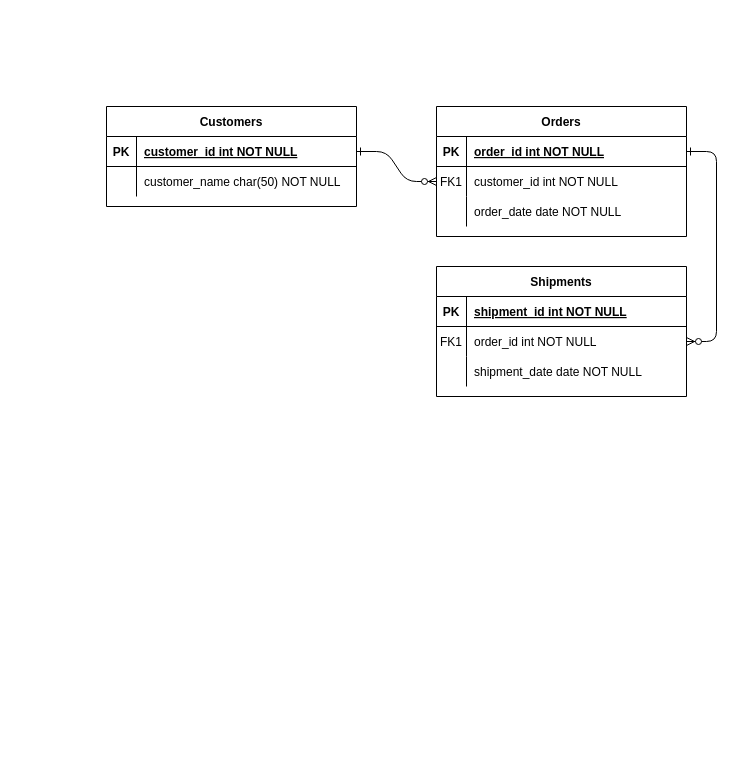
The draw.io diagram Untitled Diagram.drawio in janiceyap/mod3-project-bakes, before the edit. Source tidied: cells renumbered, new cells numbered last; positions are measured from the earlier drawing's top-left corner, leaving out a move shared by most shapes. Both pictures are drawn from the tidied source at 100%, with x=0, y=0 at pixel (106, 106).
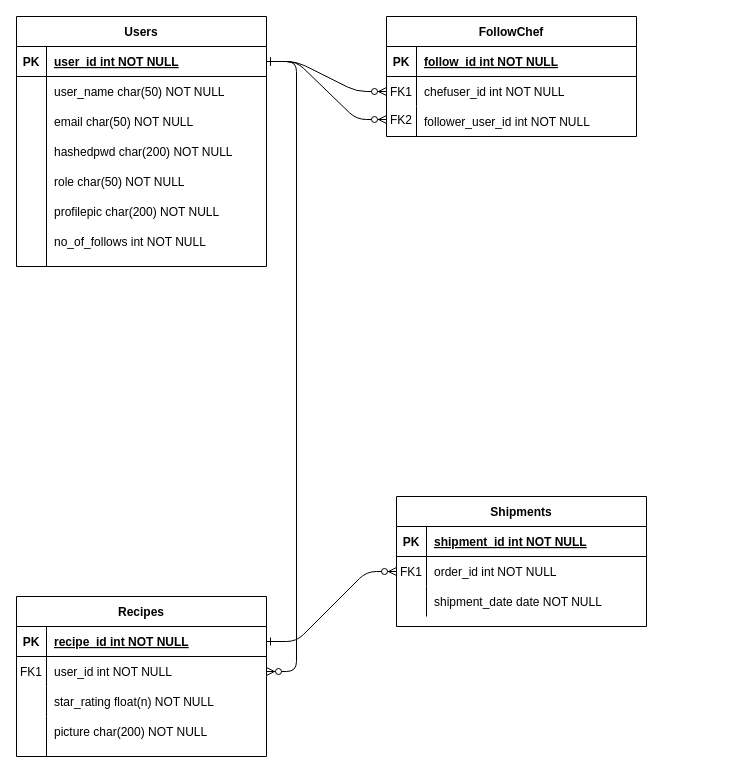
After the change.

The change refers to these unchanged cells:
```xml
<mxCell id="5" style="shape=partialRectangle;fillColor=none;points=[[0,0.5],[1,0.5]];portConstraint=eastwest;top=0;left=0;right=0;bottom=1;" parent="4" vertex="1">
  <mxGeometry y="30" width="250" height="30" as="geometry" />
</mxCell>
<mxCell id="8" style="shape=partialRectangle;fillColor=none;points=[[0,0.5],[1,0.5]];portConstraint=eastwest;top=0;left=0;right=0;bottom=0;" parent="4" vertex="1">
  <mxGeometry y="60" width="250" height="30" as="geometry" />
</mxCell>
<mxCell id="11" style="shape=partialRectangle;fillColor=none;top=0;left=0;right=0;bottom=0;" parent="4" vertex="1">
  <mxGeometry y="90" width="250" height="30" as="geometry" />
</mxCell>
<mxCell id="25" style="shape=partialRectangle;fillColor=none;points=[[0,0.5],[1,0.5]];portConstraint=eastwest;top=0;left=0;right=0;bottom=1;" parent="24" vertex="1">
  <mxGeometry y="30" width="250" height="30" as="geometry" />
</mxCell>
<mxCell id="28" style="shape=partialRectangle;fillColor=none;top=0;left=0;right=0;bottom=0;" parent="24" vertex="1">
  <mxGeometry y="60" width="250" height="30" as="geometry" />
</mxCell>
```

The edit, as a diff of the source:
```diff
@@
-    <mxCell id="4" value="Orders" style="shape=table;startSize=30;childLayout=tableLayout;rowLines=0;fontStyle=1;align=center;" parent="1" vertex="1">
-      <mxGeometry x="330" width="250" height="130" as="geometry" />
+    <mxCell id="4" value="Recipes" style="shape=table;startSize=30;childLayout=tableLayout;rowLines=0;fontStyle=1;align=center;" parent="1" vertex="1">
+      <mxGeometry x="-90" y="490" width="250" height="160" as="geometry" />
     </mxCell>
@@
-    <mxCell id="7" value="order_id int NOT NULL " style="shape=partialRectangle;overflow=hidden;fillColor=none;top=0;left=0;bottom=0;right=0;align=left;spacingLeft=6;fontStyle=5;" parent="5" vertex="1">
+    <mxCell id="7" value="recipe_id int NOT NULL " style="shape=partialRectangle;overflow=hidden;fillColor=none;top=0;left=0;bottom=0;right=0;align=left;spacingLeft=6;fontStyle=5;" parent="5" vertex="1">
       <mxGeometry x="30" width="220" height="30" as="geometry" />
     </mxCell>
@@
-    <mxCell id="10" value="customer_id int NOT NULL" style="shape=partialRectangle;overflow=hidden;fillColor=none;top=0;left=0;bottom=0;right=0;align=left;spacingLeft=6;" parent="8" vertex="1">
+    <mxCell id="10" value="user_id int NOT NULL" style="shape=partialRectangle;overflow=hidden;fillColor=none;top=0;left=0;bottom=0;right=0;align=left;spacingLeft=6;" parent="8" vertex="1">
       <mxGeometry x="30" width="220" height="30" as="geometry" />
     </mxCell>
@@
-    <mxCell id="13" value="order_date date NOT NULL" style="shape=partialRectangle;overflow=hidden;fillColor=none;top=0;left=0;bottom=0;right=0;align=left;spacingLeft=6;" parent="11" vertex="1">
+    <mxCell id="13" value="star_rating float(n) NOT NULL" style="shape=partialRectangle;overflow=hidden;fillColor=none;top=0;left=0;bottom=0;right=0;align=left;spacingLeft=6;" parent="11" vertex="1">
       <mxGeometry x="30" width="220" height="30" as="geometry" />
     </mxCell>
     <mxCell id="14" value="Shipments" style="shape=table;startSize=30;childLayout=tableLayout;rowLines=0;fontStyle=1;align=center;" parent="1" vertex="1">
-      <mxGeometry x="330" y="160" width="250" height="130" as="geometry" />
+      <mxGeometry x="290" y="390" width="250" height="130" as="geometry" />
     </mxCell>
@@
-    <mxCell id="24" value="Customers" style="shape=table;startSize=30;childLayout=tableLayout;rowLines=0;fontStyle=1;align=center;" parent="1" vertex="1">
-      <mxGeometry width="250" height="100" as="geometry" />
+    <mxCell id="24" value="Users" style="shape=table;startSize=30;childLayout=tableLayout;rowLines=0;fontStyle=1;align=center;" parent="1" vertex="1">
+      <mxGeometry x="-90" y="-90" width="250" height="250" as="geometry" />
     </mxCell>
@@
-    <mxCell id="27" value="customer_id int NOT NULL " style="shape=partialRectangle;overflow=hidden;fillColor=none;top=0;left=0;bottom=0;right=0;align=left;spacingLeft=6;fontStyle=5;" parent="25" vertex="1">
+    <mxCell id="27" value="user_id int NOT NULL " style="shape=partialRectangle;overflow=hidden;fillColor=none;top=0;left=0;bottom=0;right=0;align=left;spacingLeft=6;fontStyle=5;" parent="25" vertex="1">
       <mxGeometry x="30" width="220" height="30" as="geometry" />
     </mxCell>
@@
-    <mxCell id="30" value="customer_name char(50) NOT NULL" style="shape=partialRectangle;overflow=hidden;fillColor=none;top=0;left=0;bottom=0;right=0;align=left;spacingLeft=6;" parent="28" vertex="1">
+    <mxCell id="30" value="user_name char(50) NOT NULL" style="shape=partialRectangle;overflow=hidden;fillColor=none;top=0;left=0;bottom=0;right=0;align=left;spacingLeft=6;" parent="28" vertex="1">
       <mxGeometry x="30" width="220" height="30" as="geometry" />
     </mxCell>
+    <mxCell id="31" value="email char(50) NOT NULL" style="shape=partialRectangle;overflow=hidden;fillColor=none;top=0;left=0;bottom=0;right=0;align=left;spacingLeft=6;" parent="1" vertex="1">
+      <mxGeometry x="-60" width="220" height="30" as="geometry" />
+    </mxCell>
+    <mxCell id="32" value="hashedpwd char(200) NOT NULL" style="shape=partialRectangle;overflow=hidden;fillColor=none;top=0;left=0;bottom=0;right=0;align=left;spacingLeft=6;" parent="1" vertex="1">
+      <mxGeometry x="-60" y="30" width="220" height="30" as="geometry" />
+    </mxCell>
+    <mxCell id="33" value="role char(50) NOT NULL" style="shape=partialRectangle;overflow=hidden;fillColor=none;top=0;left=0;bottom=0;right=0;align=left;spacingLeft=6;" parent="1" vertex="1">
+      <mxGeometry x="-60" y="60" width="220" height="30" as="geometry" />
+    </mxCell>
+    <mxCell id="34" value="profilepic char(200) NOT NULL" style="shape=partialRectangle;overflow=hidden;fillColor=none;top=0;left=0;bottom=0;right=0;align=left;spacingLeft=6;" parent="1" vertex="1">
+      <mxGeometry x="-60" y="90" width="220" height="30" as="geometry" />
+    </mxCell>
+    <mxCell id="35" style="endArrow=none;html=1;rounded=0;entryX=0.116;entryY=0.971;entryDx=0;entryDy=0;entryPerimeter=0;" parent="1" edge="1">
+      <mxGeometry relative="1" as="geometry">
+        <mxPoint x="-60" y="160" as="sourcePoint" />
+        <mxPoint x="-60" y="-0.9" as="targetPoint" />
+      </mxGeometry>
+    </mxCell>
+    <mxCell id="36" value="no_of_follows int NOT NULL" style="shape=partialRectangle;overflow=hidden;fillColor=none;top=0;left=0;bottom=0;right=0;align=left;spacingLeft=6;" parent="1" vertex="1">
+      <mxGeometry x="-60" y="120" width="220" height="30" as="geometry" />
+    </mxCell>
+    <mxCell id="37" value="picture char(200) NOT NULL" style="shape=partialRectangle;overflow=hidden;fillColor=none;top=0;left=0;bottom=0;right=0;align=left;spacingLeft=6;" parent="1" vertex="1">
+      <mxGeometry x="-60" y="610" width="220" height="30" as="geometry" />
+    </mxCell>
+    <mxCell id="38" style="endArrow=none;html=1;rounded=0;" parent="1" edge="1">
+      <mxGeometry relative="1" as="geometry">
+        <mxPoint x="-60" y="650" as="sourcePoint" />
+        <mxPoint x="-60" y="610" as="targetPoint" />
+      </mxGeometry>
+    </mxCell>
+    <mxCell id="39" value="FollowChef" style="shape=table;startSize=30;childLayout=tableLayout;rowLines=0;fontStyle=1;align=center;" parent="1" vertex="1">
+      <mxGeometry x="280" y="-90" width="250" height="120" as="geometry" />
+    </mxCell>
+    <mxCell id="40" style="shape=partialRectangle;fillColor=none;top=0;left=0;right=0;bottom=1;" parent="39" vertex="1">
+      <mxGeometry y="30" width="250" height="30" as="geometry" />
+    </mxCell>
+    <mxCell id="41" value="PK" style="shape=partialRectangle;overflow=hidden;fillColor=none;top=0;left=0;bottom=0;right=0;fontStyle=1;" parent="40" vertex="1">
+      <mxGeometry width="30" height="30" as="geometry" />
+    </mxCell>
+    <mxCell id="42" value="follow_id int NOT NULL " style="shape=partialRectangle;overflow=hidden;fillColor=none;top=0;left=0;bottom=0;right=0;align=left;spacingLeft=6;fontStyle=5;" parent="40" vertex="1">
+      <mxGeometry x="30" width="220" height="30" as="geometry" />
+    </mxCell>
+    <mxCell id="43" style="shape=partialRectangle;fillColor=none;points=[[0,0.5],[1,0.5]];portConstraint=eastwest;top=0;left=0;right=0;bottom=0;" parent="39" vertex="1">
+      <mxGeometry y="60" width="250" height="30" as="geometry" />
+    </mxCell>
+    <mxCell id="44" value="FK1" style="shape=partialRectangle;overflow=hidden;fillColor=none;top=0;left=0;bottom=0;right=0;" parent="43" vertex="1">
+      <mxGeometry width="30" height="30" as="geometry" />
+    </mxCell>
+    <mxCell id="45" value="chefuser_id int NOT NULL" style="shape=partialRectangle;overflow=hidden;fillColor=none;top=0;left=0;bottom=0;right=0;align=left;spacingLeft=6;" parent="43" vertex="1">
+      <mxGeometry x="30" width="220" height="30" as="geometry" />
+    </mxCell>
+    <mxCell id="46" style="shape=partialRectangle;fillColor=none;top=0;left=0;right=0;bottom=0;" parent="39" vertex="1">
+      <mxGeometry y="90" width="250" height="30" as="geometry" />
+    </mxCell>
+    <mxCell id="47" style="shape=partialRectangle;overflow=hidden;fillColor=none;top=0;left=0;bottom=0;right=0;" parent="46" vertex="1">
+      <mxGeometry width="30" height="30" as="geometry" />
+    </mxCell>
+    <mxCell id="48" value="follower_user_id int NOT NULL" style="shape=partialRectangle;overflow=hidden;fillColor=none;top=0;left=0;bottom=0;right=0;align=left;spacingLeft=6;" parent="46" vertex="1">
+      <mxGeometry x="30" width="220" height="30" as="geometry" />
+    </mxCell>
+    <mxCell id="49" style="edgeStyle=entityRelationEdgeStyle;endArrow=ERzeroToMany;startArrow=ERone;endFill=1;startFill=0;exitX=1;exitY=0.5;exitDx=0;exitDy=0;entryX=0;entryY=0.5;entryDx=0;entryDy=0;" parent="1" edge="1" source="25" target="43">
+      <mxGeometry relative="1" as="geometry" />
+    </mxCell>
+    <mxCell id="50" value="FK2" style="shape=partialRectangle;overflow=hidden;fillColor=none;top=0;left=0;bottom=0;right=0;" parent="1" vertex="1">
+      <mxGeometry x="280" y="-2" width="30" height="30" as="geometry" />
+    </mxCell>
+    <mxCell id="51" style="edgeStyle=entityRelationEdgeStyle;endArrow=ERzeroToMany;startArrow=ERone;endFill=1;startFill=0;exitX=1;exitY=0.5;exitDx=0;exitDy=0;" parent="1" edge="1" source="25">
+      <mxGeometry relative="1" as="geometry">
+        <mxPoint x="280" y="13" as="targetPoint" />
+      </mxGeometry>
+    </mxCell>
```
